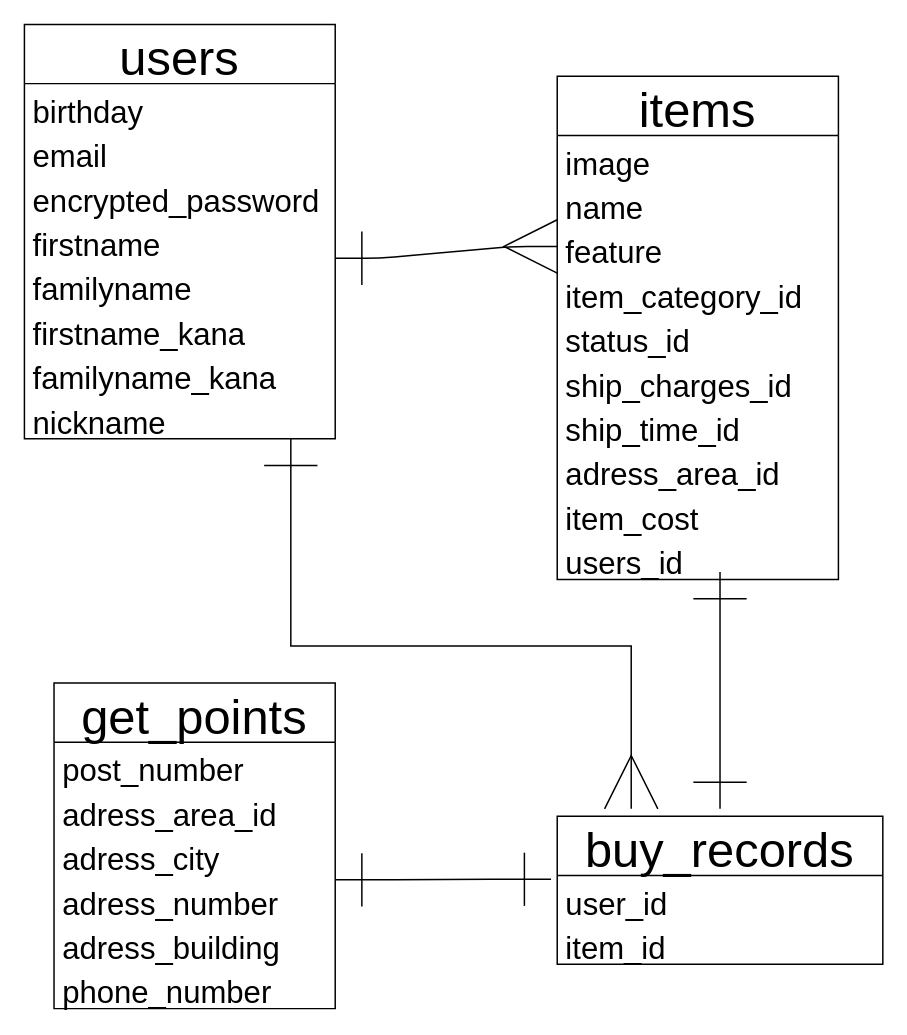
This is test.drawio from saatoshi/furima-34313, a draw.io file, before an edit. Source tidied: cells renumbered, new cells numbered last; positions are measured from the earlier drawing's top-left corner, leaving out a move shared by most shapes. Both pictures are drawn from the tidied source at 148%, with x=0, y=0 at pixel (24, 24).
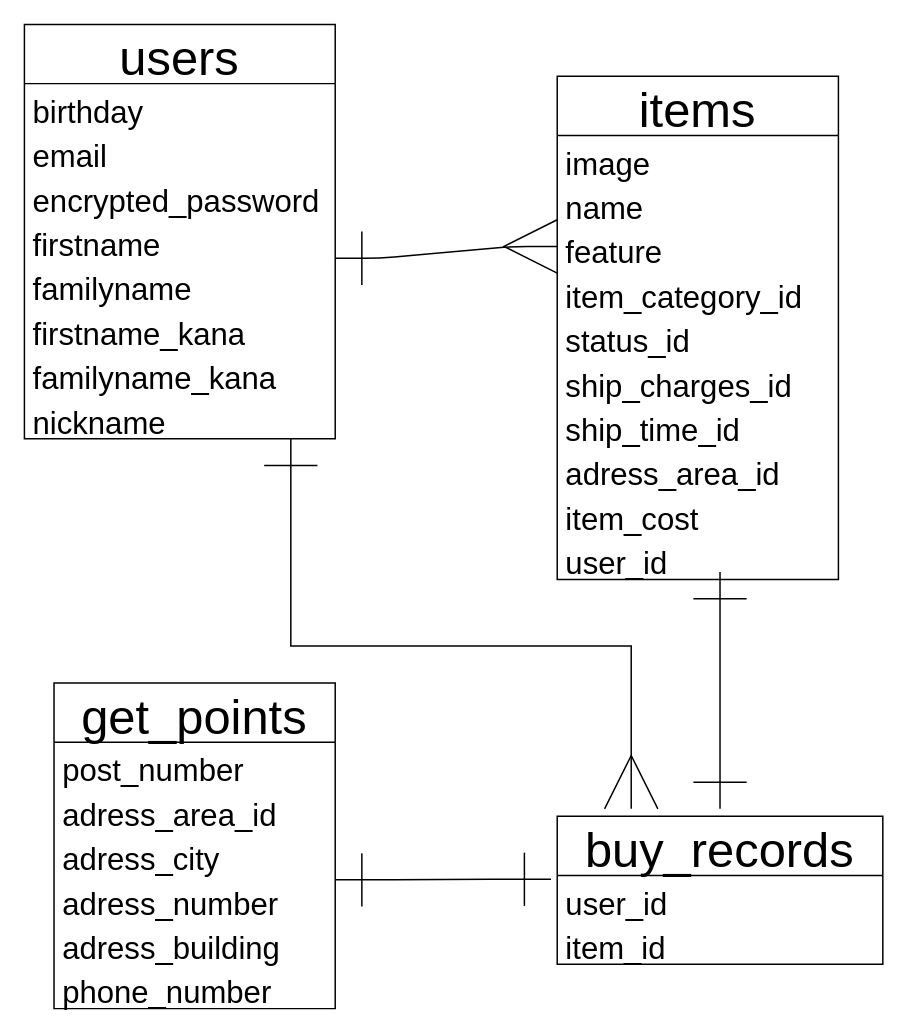
The same page after the edit.

The change refers to these unchanged cells:
```xml
<mxCell id="11" value="items" style="swimlane;fontStyle=0;horizontal=1;startSize=40;align=center;fontSize=33;verticalAlign=bottom;" parent="1" vertex="1">
  <mxGeometry x="360" y="35" width="190" height="340" as="geometry" />
</mxCell>
```

Change to the diagram source:
```diff
@@
-    <mxCell id="21" value="users_id" style="text;strokeColor=none;fillColor=none;spacingLeft=4;spacingRight=4;overflow=hidden;fontSize=21;" parent="11" vertex="1">
+    <mxCell id="21" value="user_id" style="text;strokeColor=none;fillColor=none;spacingLeft=4;spacingRight=4;overflow=hidden;fontSize=21;" parent="11" vertex="1">
       <mxGeometry y="310" width="190" height="30" as="geometry" />
     </mxCell>
```
